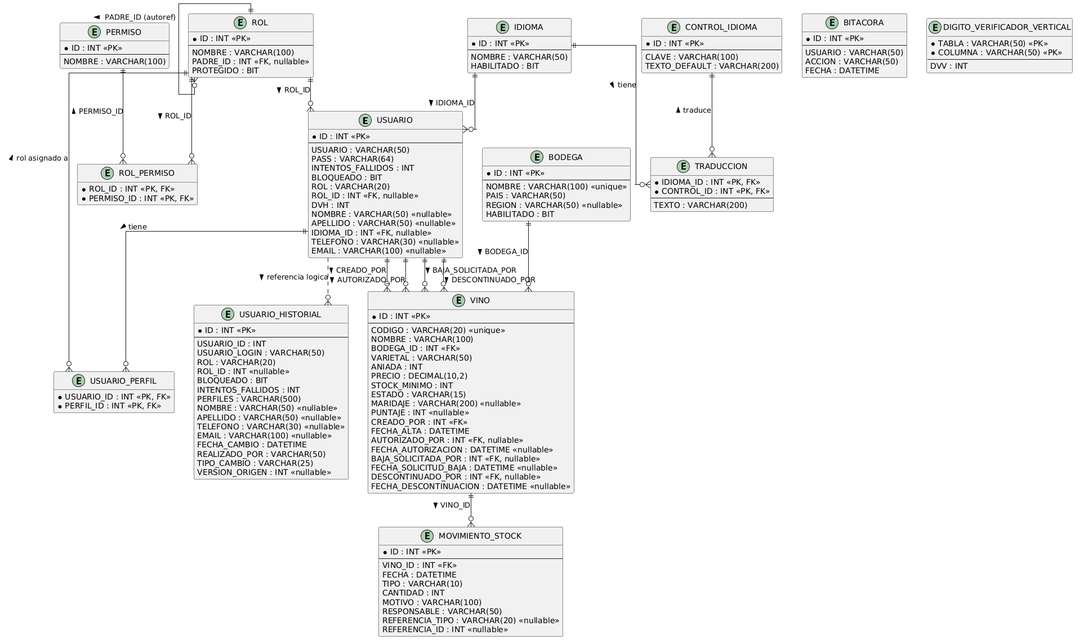
Jesifu/club-de-vinos-td keeps this PlantUML diagram as DIAGRAMAS/DER.png. Above is the earlier version.
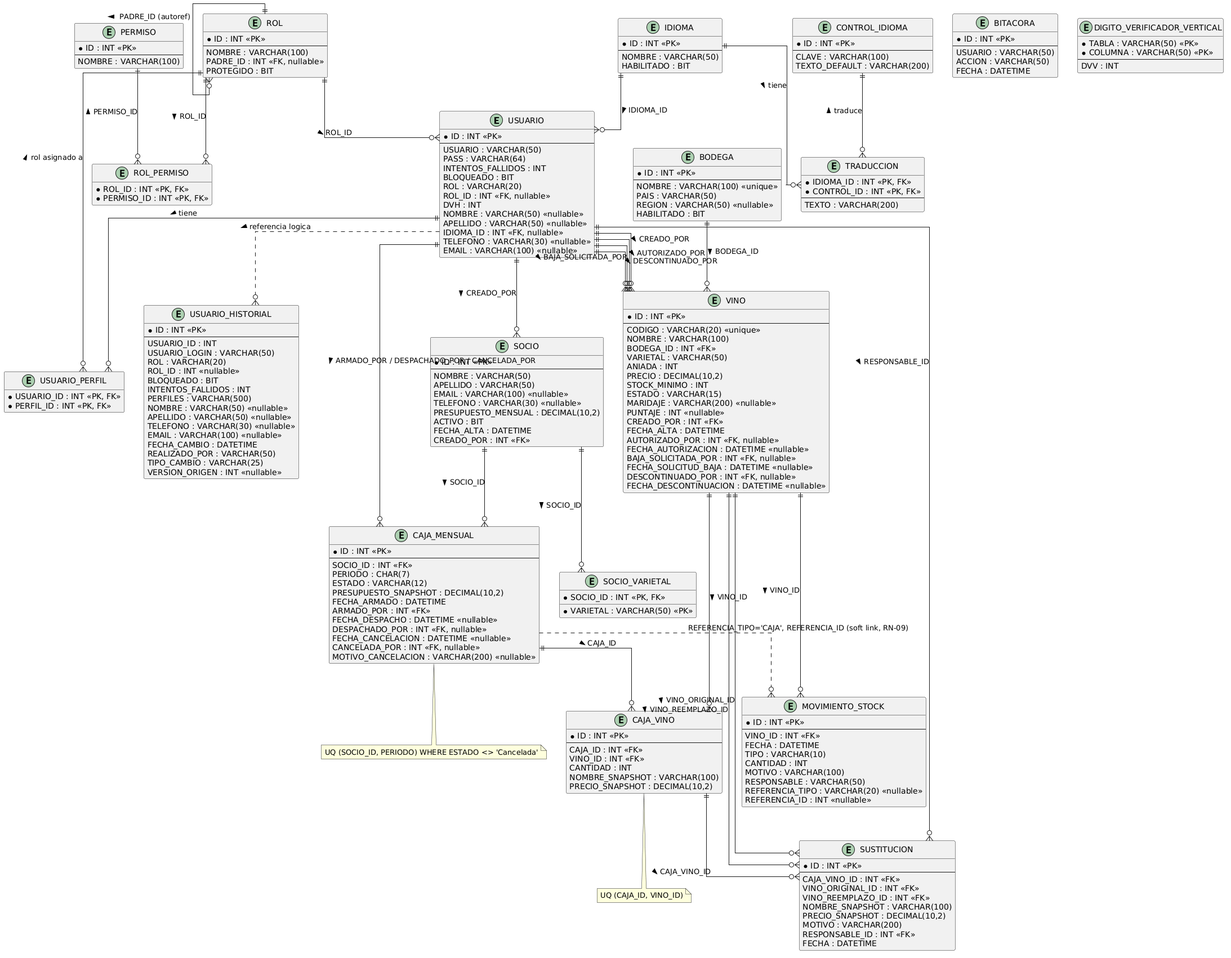
After the change.

Diff of the diagram source:
```diff
@@ -164,4 +164,80 @@
 USUARIO ||--o{ VINO             : "BAJA_SOLICITADA_POR >"
 USUARIO ||--o{ VINO             : "DESCONTINUADO_POR >"
 
+
+entity SOCIO {
+  * ID : INT <<PK>>
+  --
+  NOMBRE : VARCHAR(50)
+  APELLIDO : VARCHAR(50)
+  EMAIL : VARCHAR(100) <<nullable>>
+  TELEFONO : VARCHAR(30) <<nullable>>
+  PRESUPUESTO_MENSUAL : DECIMAL(10,2)
+  ACTIVO : BIT
+  FECHA_ALTA : DATETIME
+  CREADO_POR : INT <<FK>>
+}
+
+entity SOCIO_VARIETAL {
+  * SOCIO_ID : INT <<PK, FK>>
+  * VARIETAL : VARCHAR(50) <<PK>>
+}
+
+entity CAJA_MENSUAL {
+  * ID : INT <<PK>>
+  --
+  SOCIO_ID : INT <<FK>>
+  PERIODO : CHAR(7)
+  ESTADO : VARCHAR(12)
+  PRESUPUESTO_SNAPSHOT : DECIMAL(10,2)
+  FECHA_ARMADO : DATETIME
+  ARMADO_POR : INT <<FK>>
+  FECHA_DESPACHO : DATETIME <<nullable>>
+  DESPACHADO_POR : INT <<FK, nullable>>
+  FECHA_CANCELACION : DATETIME <<nullable>>
+  CANCELADA_POR : INT <<FK, nullable>>
+  MOTIVO_CANCELACION : VARCHAR(200) <<nullable>>
+}
+note bottom of CAJA_MENSUAL
+  UQ (SOCIO_ID, PERIODO) WHERE ESTADO <> 'Cancelada'
+end note
+
+entity CAJA_VINO {
+  * ID : INT <<PK>>
+  --
+  CAJA_ID : INT <<FK>>
+  VINO_ID : INT <<FK>>
+  CANTIDAD : INT
+  NOMBRE_SNAPSHOT : VARCHAR(100)
+  PRECIO_SNAPSHOT : DECIMAL(10,2)
+}
+note bottom of CAJA_VINO
+  UQ (CAJA_ID, VINO_ID)
+end note
+
+entity SUSTITUCION {
+  * ID : INT <<PK>>
+  --
+  CAJA_VINO_ID : INT <<FK>>
+  VINO_ORIGINAL_ID : INT <<FK>>
+  VINO_REEMPLAZO_ID : INT <<FK>>
+  NOMBRE_SNAPSHOT : VARCHAR(100)
+  PRECIO_SNAPSHOT : DECIMAL(10,2)
+  MOTIVO : VARCHAR(200)
+  RESPONSABLE_ID : INT <<FK>>
+  FECHA : DATETIME
+}
+
+SOCIO        ||--o{ SOCIO_VARIETAL : "SOCIO_ID >"
+SOCIO        ||--o{ CAJA_MENSUAL   : "SOCIO_ID >"
+CAJA_MENSUAL ||--o{ CAJA_VINO      : "CAJA_ID >"
+VINO         ||--o{ CAJA_VINO      : "VINO_ID >"
+CAJA_VINO    ||--o{ SUSTITUCION    : "CAJA_VINO_ID >"
+VINO         ||--o{ SUSTITUCION    : "VINO_ORIGINAL_ID >"
+VINO         ||--o{ SUSTITUCION    : "VINO_REEMPLAZO_ID >"
+USUARIO      ||--o{ SOCIO          : "CREADO_POR >"
+USUARIO      ||--o{ CAJA_MENSUAL   : "ARMADO_POR / DESPACHADO_POR / CANCELADA_POR >"
+USUARIO      ||--o{ SUSTITUCION    : "RESPONSABLE_ID >"
+CAJA_MENSUAL ..o{ MOVIMIENTO_STOCK : "REFERENCIA_TIPO='CAJA', REFERENCIA_ID (soft link, RN-09)"
+
 @enduml
```
